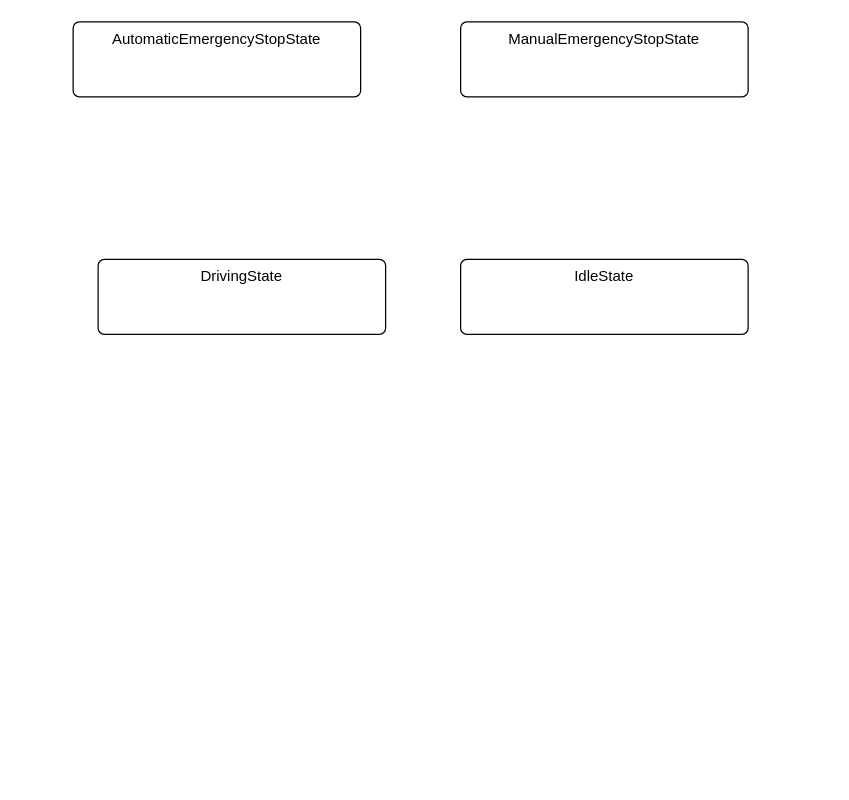
The draw.io diagram page "FSM" (5 of 5) of doc/RPI_Car.drawio in GGArdrey/RaspiCar, before the edit. Source tidied: cells renumbered, new cells numbered last; positions are measured from the earlier drawing's top-left corner, leaving out a move shared by most shapes. Both pictures are drawn from the tidied source at 125%, with x=0, y=0 at pixel (72, 21).
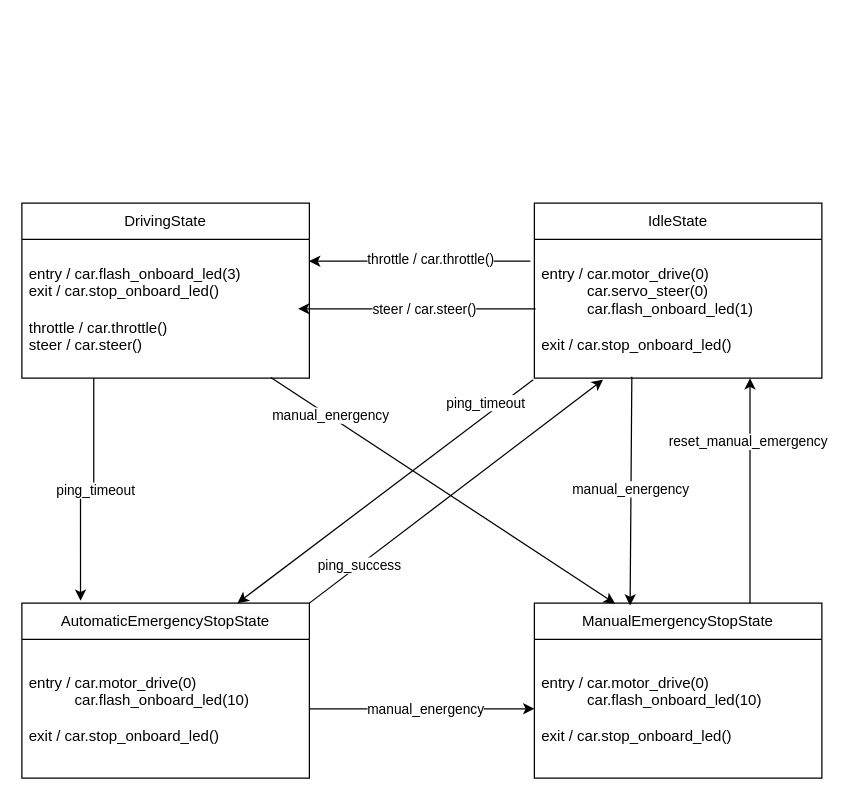
The same diagram, later.

The edit, as a diff of the source:
```diff
@@
-    <mxCell id="2" value="AutomaticEmergencyStopState" style="html=1;align=center;verticalAlign=top;rounded=1;absoluteArcSize=1;arcSize=10;dashed=0;whiteSpace=wrap;" parent="1" vertex="1">
-      <mxGeometry width="230" height="60" as="geometry" />
+    <mxCell id="2" value="&lt;span style=&quot;color: rgb(0, 0, 0); font-family: Helvetica; font-size: 12px; font-style: normal; font-variant-ligatures: normal; font-variant-caps: normal; font-weight: 400; letter-spacing: normal; orphans: 2; text-align: center; text-indent: 0px; text-transform: none; widows: 2; word-spacing: 0px; -webkit-text-stroke-width: 0px; white-space: normal; background-color: rgb(251, 251, 251); text-decoration-thickness: initial; text-decoration-style: initial; text-decoration-color: initial; display: inline !important; float: none;&quot;&gt;AutomaticEmergencyStopState&lt;/span&gt;" style="swimlane;fontStyle=1;align=center;verticalAlign=middle;horizontal=1;startSize=29;html=1;whiteSpace=wrap;" parent="1" vertex="1">
+      <mxGeometry x="-41" y="465" width="230" height="140" as="geometry" />
     </mxCell>
-    <mxCell id="3" value="ManualEmergencyStopState" style="html=1;align=center;verticalAlign=top;rounded=1;absoluteArcSize=1;arcSize=10;dashed=0;whiteSpace=wrap;" parent="1" vertex="1">
-      <mxGeometry x="310" width="230" height="60" as="geometry" />
-    </mxCell>
+    <mxCell id="6" value="entry / car.motor_drive(0)&lt;br&gt;&lt;span style=&quot;white-space: pre;&quot;&gt;&#9;&lt;/span&gt;&amp;nbsp; &amp;nbsp;car.flash_onboard_led(10)&lt;br&gt;&lt;br&gt;&lt;div&gt;exit / c&lt;span style=&quot;background-color: initial;&quot;&gt;ar.stop_onboard_led()&lt;/span&gt;&lt;br&gt;&lt;/div&gt;" style="text;html=1;strokeColor=none;fillColor=none;align=left;verticalAlign=middle;spacingLeft=4;spacingRight=4;overflow=hidden;points=[[0,0.5],[1,0.5]];portConstraint=eastwest;whiteSpace=wrap;" parent="2" vertex="1">
+      <mxGeometry y="29" width="230" height="111" as="geometry" />
+    </mxCell>
+    <mxCell id="7" value="&lt;span style=&quot;color: rgb(0, 0, 0); font-family: Helvetica; font-size: 12px; font-style: normal; font-variant-ligatures: normal; font-variant-caps: normal; font-weight: 400; letter-spacing: normal; orphans: 2; text-align: center; text-indent: 0px; text-transform: none; widows: 2; word-spacing: 0px; -webkit-text-stroke-width: 0px; white-space: normal; background-color: rgb(251, 251, 251); text-decoration-thickness: initial; text-decoration-style: initial; text-decoration-color: initial; display: inline !important; float: none;&quot;&gt;Manual&lt;/span&gt;&lt;span style=&quot;font-weight: 400;&quot;&gt;EmergencyStopState&lt;/span&gt;" style="swimlane;fontStyle=1;align=center;verticalAlign=middle;horizontal=1;startSize=29;html=1;whiteSpace=wrap;" parent="1" vertex="1">
+      <mxGeometry x="369" y="465" width="230" height="140" as="geometry" />
+    </mxCell>
+    <mxCell id="8" value="entry / car.motor_drive(0)&lt;br&gt;&lt;span style=&quot;white-space: pre;&quot;&gt;&#9;&lt;/span&gt;&amp;nbsp; &amp;nbsp;car.flash_onboard_led(10)&lt;br&gt;&lt;br&gt;&lt;div&gt;exit / c&lt;span style=&quot;background-color: initial;&quot;&gt;ar.stop_onboard_led()&lt;/span&gt;&lt;br&gt;&lt;/div&gt;" style="text;html=1;strokeColor=none;fillColor=none;align=left;verticalAlign=middle;spacingLeft=4;spacingRight=4;overflow=hidden;points=[[0,0.5],[1,0.5]];portConstraint=eastwest;whiteSpace=wrap;" parent="7" vertex="1">
+      <mxGeometry y="29" width="230" height="111" as="geometry" />
+    </mxCell>
+    <mxCell id="9" style="rounded=0;jettySize=auto;html=1;exitX=-0.004;exitY=1.011;exitDx=0;exitDy=0;entryX=0.75;entryY=0;entryDx=0;entryDy=0;strokeColor=default;exitPerimeter=0;" parent="1" edge="1" source="11" target="2">
+      <mxGeometry relative="1" as="geometry" />
+    </mxCell>
+    <mxCell id="10" value="ping_timeout" style="edgeLabel;html=1;align=center;verticalAlign=middle;" parent="9" vertex="1">
+      <mxGeometry x="0.03" relative="1" as="geometry">
+        <mxPoint x="83" y="-74" as="offset" />
+      </mxGeometry>
+    </mxCell>
+    <mxCell id="5" value="&lt;span style=&quot;font-weight: 400;&quot;&gt;IdleState&lt;/span&gt;" style="swimlane;fontStyle=1;align=center;verticalAlign=middle;horizontal=1;startSize=29;html=1;whiteSpace=wrap;" parent="1" vertex="1">
+      <mxGeometry x="369" y="145" width="230" height="140" as="geometry" />
+    </mxCell>
+    <mxCell id="11" value="entry / car.motor_drive(0)&lt;br&gt;&lt;span style=&quot;white-space: pre;&quot;&gt;&#9;&amp;nbsp;&lt;/span&gt;&amp;nbsp; car.servo_steer(0)&lt;br&gt;&lt;span style=&quot;white-space: pre;&quot;&gt;&#9;&lt;/span&gt;&amp;nbsp; &amp;nbsp;car.flash_onboard_led(1)&lt;br&gt;&lt;br&gt;&lt;div&gt;exit / c&lt;span style=&quot;background-color: initial;&quot;&gt;ar.stop_onboard_led()&lt;/span&gt;&lt;br&gt;&lt;/div&gt;" style="text;html=1;strokeColor=none;fillColor=none;align=left;verticalAlign=middle;spacingLeft=4;spacingRight=4;overflow=hidden;points=[[0,0.5],[1,0.5]];portConstraint=eastwest;whiteSpace=wrap;" parent="5" vertex="1">
+      <mxGeometry y="29" width="230" height="111" as="geometry" />
+    </mxCell>
-    <mxCell id="4" value="DrivingState" style="html=1;align=center;verticalAlign=top;rounded=1;absoluteArcSize=1;arcSize=10;dashed=0;whiteSpace=wrap;" parent="1" vertex="1">
-      <mxGeometry x="20" y="190" width="230" height="60" as="geometry" />
+    <mxCell id="4" value="&lt;span style=&quot;font-weight: 400;&quot;&gt;DrivingState&lt;/span&gt;" style="swimlane;fontStyle=1;align=center;verticalAlign=middle;horizontal=1;startSize=29;html=1;whiteSpace=wrap;" parent="1" vertex="1">
+      <mxGeometry x="-41" y="145" width="230" height="140" as="geometry" />
     </mxCell>
-    <mxCell id="5" value="IdleState" style="html=1;align=center;verticalAlign=top;rounded=1;absoluteArcSize=1;arcSize=10;dashed=0;whiteSpace=wrap;" parent="1" vertex="1">
-      <mxGeometry x="310" y="190" width="230" height="60" as="geometry" />
-    </mxCell>
+    <mxCell id="12" value="entry / car.flash_onboard_led(3)&lt;br&gt;&lt;div&gt;exit / c&lt;span style=&quot;background-color: initial;&quot;&gt;ar.stop_onboard_led()&lt;br&gt;&lt;/span&gt;&lt;br&gt;throttle / car.throttle()&lt;br&gt;steer / car.steer()&lt;br&gt;&lt;/div&gt;" style="text;html=1;strokeColor=none;fillColor=none;align=left;verticalAlign=middle;spacingLeft=4;spacingRight=4;overflow=hidden;points=[[0,0.5],[1,0.5]];portConstraint=eastwest;whiteSpace=wrap;" parent="4" vertex="1">
+      <mxGeometry y="29" width="230" height="111" as="geometry" />
+    </mxCell>
+    <mxCell id="13" style="edgeStyle=orthogonalEdgeStyle;rounded=0;jettySize=auto;html=1;exitX=-0.014;exitY=0.157;exitDx=0;exitDy=0;entryX=0.999;entryY=0.157;entryDx=0;entryDy=0;exitPerimeter=0;entryPerimeter=0;" parent="1" edge="1" source="11" target="12">
+      <mxGeometry relative="1" as="geometry" />
+    </mxCell>
+    <mxCell id="14" value="throttle / car.throttle()" style="edgeLabel;html=1;align=center;verticalAlign=middle;" parent="13" vertex="1">
+      <mxGeometry x="0.18" y="-2" relative="1" as="geometry">
+        <mxPoint x="24" as="offset" />
+      </mxGeometry>
+    </mxCell>
+    <mxCell id="15" style="edgeStyle=orthogonalEdgeStyle;rounded=0;orthogonalLoop=1;jettySize=auto;html=1;exitX=0;exitY=0.5;exitDx=0;exitDy=0;entryX=1;entryY=0.5;entryDx=0;entryDy=0;" parent="1" edge="1">
+      <mxGeometry relative="1" as="geometry">
+        <mxPoint x="370" y="229.5" as="sourcePoint" />
+        <mxPoint x="180" y="229.5" as="targetPoint" />
+      </mxGeometry>
+    </mxCell>
+    <mxCell id="16" value="steer / car.steer()" style="edgeLabel;html=1;align=center;verticalAlign=middle;" parent="15" vertex="1">
+      <mxGeometry x="0.25" y="-4" relative="1" as="geometry">
+        <mxPoint x="29" y="4" as="offset" />
+      </mxGeometry>
+    </mxCell>
+    <mxCell id="17" style="edgeStyle=orthogonalEdgeStyle;rounded=0;jettySize=auto;html=1;exitX=0.25;exitY=1;exitDx=0;exitDy=0;entryX=0.204;entryY=-0.014;entryDx=0;entryDy=0;entryPerimeter=0;" parent="1" edge="1" source="4" target="2">
+      <mxGeometry relative="1" as="geometry" />
+    </mxCell>
+    <mxCell id="18" value="ping_timeout" style="edgeLabel;html=1;align=center;verticalAlign=middle;" parent="17" vertex="1">
+      <mxGeometry x="-0.06" y="1" relative="1" as="geometry" />
+    </mxCell>
+    <mxCell id="19" style="edgeStyle=orthogonalEdgeStyle;rounded=0;jettySize=auto;html=1;exitX=0.75;exitY=0;exitDx=0;exitDy=0;entryX=0.75;entryY=1;entryDx=0;entryDy=0;" parent="1" edge="1" source="7" target="5">
+      <mxGeometry relative="1" as="geometry" />
+    </mxCell>
+    <mxCell id="20" value="reset_manual_emergency" style="edgeLabel;html=1;align=center;verticalAlign=middle;" parent="19" vertex="1">
+      <mxGeometry x="0.09" y="2" relative="1" as="geometry">
+        <mxPoint y="-32" as="offset" />
+      </mxGeometry>
+    </mxCell>
+    <mxCell id="21" style="endArrow=classic;html=1;rounded=0;exitX=0.339;exitY=0.99;exitDx=0;exitDy=0;exitPerimeter=0;entryX=0.333;entryY=0.014;entryDx=0;entryDy=0;entryPerimeter=0;" parent="1" edge="1" source="11" target="7">
+      <mxGeometry relative="1" as="geometry" />
+    </mxCell>
+    <mxCell id="22" value="manual_energency" style="edgeLabel;html=1;align=center;verticalAlign=middle;" parent="21" vertex="1">
+      <mxGeometry x="-0.02" y="-1" relative="1" as="geometry" />
+    </mxCell>
+    <mxCell id="23" style="endArrow=classic;html=1;rounded=0;exitX=0.866;exitY=0.995;exitDx=0;exitDy=0;exitPerimeter=0;entryX=0.281;entryY=0.003;entryDx=0;entryDy=0;entryPerimeter=0;" parent="1" edge="1" source="12" target="7">
+      <mxGeometry relative="1" as="geometry" />
+    </mxCell>
+    <mxCell id="24" value="manual_energency" style="edgeLabel;html=1;align=center;verticalAlign=middle;" parent="23" vertex="1">
+      <mxGeometry x="-0.02" y="-1" relative="1" as="geometry">
+        <mxPoint x="-87" y="-59" as="offset" />
+      </mxGeometry>
+    </mxCell>
+    <mxCell id="25" style="edgeStyle=orthogonalEdgeStyle;rounded=0;jettySize=auto;html=1;exitX=1;exitY=0.5;exitDx=0;exitDy=0;" parent="1" edge="1" source="6" target="8">
+      <mxGeometry relative="1" as="geometry" />
+    </mxCell>
+    <mxCell id="26" value="manual_energency" style="edgeLabel;html=1;align=center;verticalAlign=middle;" parent="25" vertex="1">
+      <mxGeometry x="-0.15" relative="1" as="geometry">
+        <mxPoint x="15" as="offset" />
+      </mxGeometry>
+    </mxCell>
+    <mxCell id="27" style="rounded=0;jettySize=auto;html=1;exitX=1;exitY=0;exitDx=0;exitDy=0;strokeColor=default;entryX=0.239;entryY=1.011;entryDx=0;entryDy=0;entryPerimeter=0;" parent="1" edge="1" source="2" target="11">
+      <mxGeometry relative="1" as="geometry" />
+    </mxCell>
+    <mxCell id="28" value="ping_success" style="edgeLabel;html=1;align=center;verticalAlign=middle;" parent="27" vertex="1">
+      <mxGeometry x="0.03" relative="1" as="geometry">
+        <mxPoint x="-81" y="62" as="offset" />
+      </mxGeometry>
+    </mxCell>
```
